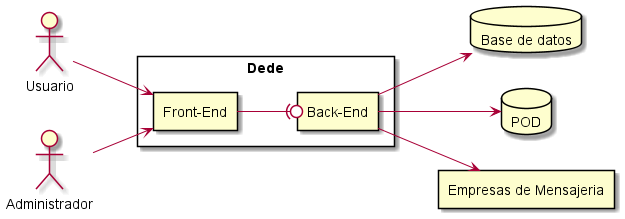
Before: docs/images/05_diagramaDetalleNivel1.png, a diagram exported from PlantUML (uo270149/dede_es3a). Its diagram source:
```plantuml
@startuml
left to right direction
actor Usuario
actor Administrador

rectangle Dede{
	rectangle "Front-End" as FE
	rectangle "Back-End" as BE
}

database "Base de datos" as BBDD
database POD
rectangle "Empresas de Mensajeria" as EM

Usuario --> FE
Administrador --> FE

FE --(0 BE

BE --> BBDD
BE --> POD
BE --> EM
@enduml
```
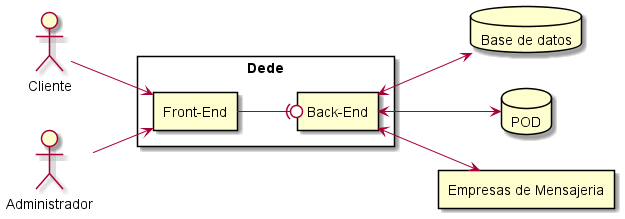
Above is the later version.

Commit message:
Modificado usuario por cliente en los diagramas (issue #46)

Diff of the diagram source:
```diff
@@ -1,6 +1,6 @@
 @startuml
 left to right direction
-actor Usuario
+actor Cliente
 actor Administrador
 
 rectangle Dede{
@@ -12,12 +12,12 @@
 database POD
 rectangle "Empresas de Mensajeria" as EM
 
-Usuario --> FE
+Cliente --> FE
 Administrador --> FE
 
 FE --(0 BE
 
-BE --> BBDD
-BE --> POD
-BE --> EM
+BE <--> BBDD
+BE <--> POD
+BE <--> EM
 @enduml
```
